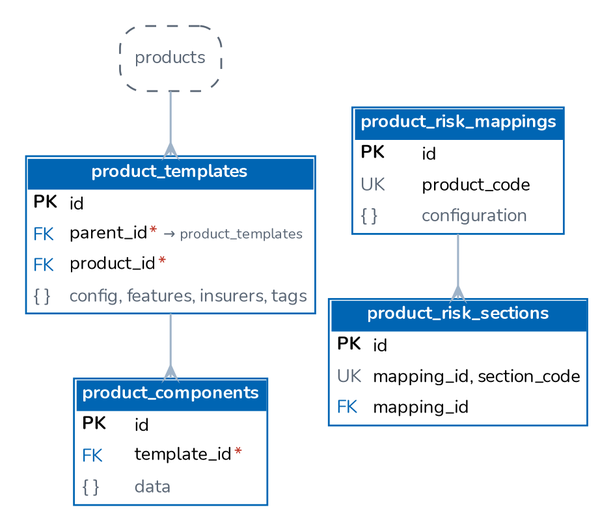
Earlier version of the Graphviz export docs/architecture/diagrams/er_product.png (IortaTexhNXT-DEV/BDOI-OOTB). Its source is kept beside it as docs/architecture/diagrams/er_product.dot.
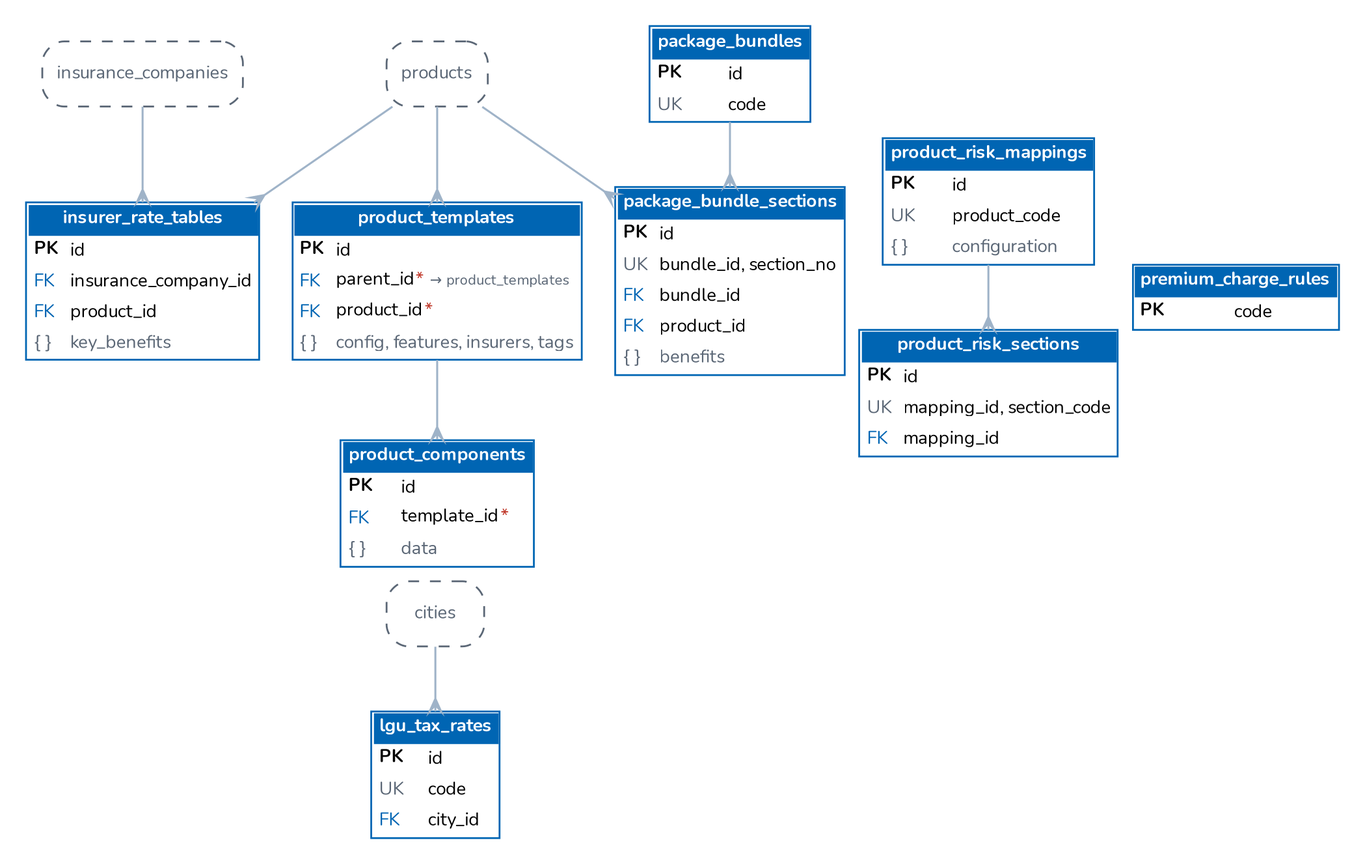
Later version of the same file.

What changed in the source:
```diff
@@ -6,8 +6,20 @@
   "product_components" [label=<<table border="1" cellborder="0" cellspacing="0" cellpadding="3" color="#0065B3"><tr><td colspan="2" bgcolor="#0065B3"><font color="white"><b>product_components</b></font></td></tr><tr><td align="left" balign="left"><b>PK</b></td><td align="left">id</td></tr><tr><td align="left"><font color="#0065B3">FK</font></td><td align="left">template_id<font color="#C0392B">*</font></td></tr><tr><td align="left"><font color="#5B6776">{ }</font></td><td align="left"><font color="#5B6776">data</font></td></tr></table>>];
   "product_risk_mappings" [label=<<table border="1" cellborder="0" cellspacing="0" cellpadding="3" color="#0065B3"><tr><td colspan="2" bgcolor="#0065B3"><font color="white"><b>product_risk_mappings</b></font></td></tr><tr><td align="left" balign="left"><b>PK</b></td><td align="left">id</td></tr><tr><td align="left"><font color="#5B6776">UK</font></td><td align="left">product_code</td></tr><tr><td align="left"><font color="#5B6776">{ }</font></td><td align="left"><font color="#5B6776">configuration</font></td></tr></table>>];
   "product_risk_sections" [label=<<table border="1" cellborder="0" cellspacing="0" cellpadding="3" color="#0065B3"><tr><td colspan="2" bgcolor="#0065B3"><font color="white"><b>product_risk_sections</b></font></td></tr><tr><td align="left" balign="left"><b>PK</b></td><td align="left">id</td></tr><tr><td align="left"><font color="#5B6776">UK</font></td><td align="left">mapping_id, section_code</td></tr><tr><td align="left"><font color="#0065B3">FK</font></td><td align="left">mapping_id</td></tr></table>>];
+  "premium_charge_rules" [label=<<table border="1" cellborder="0" cellspacing="0" cellpadding="3" color="#0065B3"><tr><td colspan="2" bgcolor="#0065B3"><font color="white"><b>premium_charge_rules</b></font></td></tr><tr><td align="left" balign="left"><b>PK</b></td><td align="left">code</td></tr></table>>];
+  "lgu_tax_rates" [label=<<table border="1" cellborder="0" cellspacing="0" cellpadding="3" color="#0065B3"><tr><td colspan="2" bgcolor="#0065B3"><font color="white"><b>lgu_tax_rates</b></font></td></tr><tr><td align="left" balign="left"><b>PK</b></td><td align="left">id</td></tr><tr><td align="left"><font color="#5B6776">UK</font></td><td align="left">code</td></tr><tr><td align="left"><font color="#0065B3">FK</font></td><td align="left">city_id</td></tr></table>>];
+  "insurer_rate_tables" [label=<<table border="1" cellborder="0" cellspacing="0" cellpadding="3" color="#0065B3"><tr><td colspan="2" bgcolor="#0065B3"><font color="white"><b>insurer_rate_tables</b></font></td></tr><tr><td align="left" balign="left"><b>PK</b></td><td align="left">id</td></tr><tr><td align="left"><font color="#0065B3">FK</font></td><td align="left">insurance_company_id</td></tr><tr><td align="left"><font color="#0065B3">FK</font></td><td align="left">product_id</td></tr><tr><td align="left"><font color="#5B6776">{ }</font></td><td align="left"><font color="#5B6776">key_benefits</font></td></tr></table>>];
+  "package_bundles" [label=<<table border="1" cellborder="0" cellspacing="0" cellpadding="3" color="#0065B3"><tr><td colspan="2" bgcolor="#0065B3"><font color="white"><b>package_bundles</b></font></td></tr><tr><td align="left" balign="left"><b>PK</b></td><td align="left">id</td></tr><tr><td align="left"><font color="#5B6776">UK</font></td><td align="left">code</td></tr></table>>];
+  "package_bundle_sections" [label=<<table border="1" cellborder="0" cellspacing="0" cellpadding="3" color="#0065B3"><tr><td colspan="2" bgcolor="#0065B3"><font color="white"><b>package_bundle_sections</b></font></td></tr><tr><td align="left" balign="left"><b>PK</b></td><td align="left">id</td></tr><tr><td align="left"><font color="#5B6776">UK</font></td><td align="left">bundle_id, section_no</td></tr><tr><td align="left"><font color="#0065B3">FK</font></td><td align="left">bundle_id</td></tr><tr><td align="left"><font color="#0065B3">FK</font></td><td align="left">product_id</td></tr><tr><td align="left"><font color="#5B6776">{ }</font></td><td align="left"><font color="#5B6776">benefits</font></td></tr></table>>];
+  "cities" [shape=box, style="rounded,dashed", color="#5B6776", fontcolor="#5B6776", label="cities"];
+  "insurance_companies" [shape=box, style="rounded,dashed", color="#5B6776", fontcolor="#5B6776", label="insurance_companies"];
   "products" [shape=box, style="rounded,dashed", color="#5B6776", fontcolor="#5B6776", label="products"];
+  "cities" -> "lgu_tax_rates";
+  "insurance_companies" -> "insurer_rate_tables";
+  "package_bundles" -> "package_bundle_sections";
   "product_risk_mappings" -> "product_risk_sections";
   "product_templates" -> "product_components";
+  "products" -> "insurer_rate_tables";
+  "products" -> "package_bundle_sections";
   "products" -> "product_templates";
 }
```
